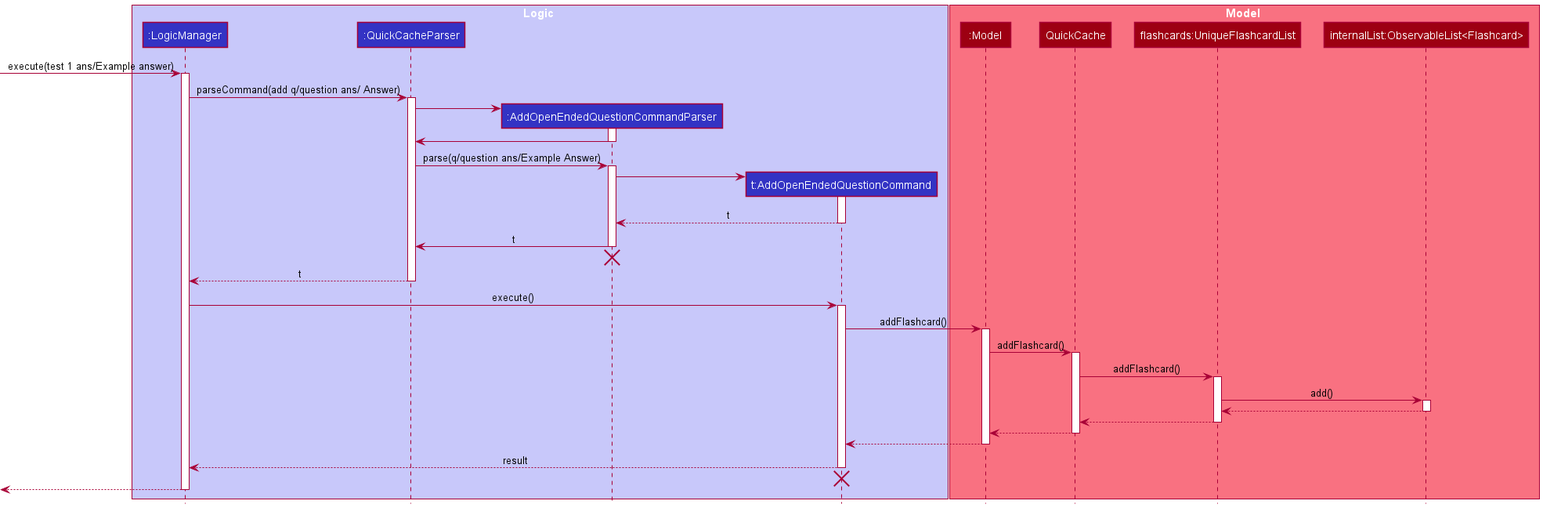
The PlantUML diagram docs/images/AddOpenEndedSequenceDiagram.png in nus-cs2103-AY2021S1/tp, before a commit. Source of this version:
```plantuml
@startuml
!include style.puml

box Logic LOGIC_COLOR_T1
participant ":LogicManager" as LogicManager LOGIC_COLOR
participant ":QuickCacheParser" as QuickCacheParser LOGIC_COLOR
participant ":AddOpenEndedQuestionCommandParser" as AddOpenEndedQuestionCommandParser LOGIC_COLOR
participant "t:AddOpenEndedQuestionCommand" as AddOpenEndedQuestionCommand LOGIC_COLOR
end box

box Model MODEL_COLOR_T1
participant ":Model" as Model MODEL_COLOR
participant "QuickCache" as QuickCache MODEL_COLOR
participant "flashcards:UniqueFlashcardList" as Flashcards MODEL_COLOR
participant "internalList:ObservableList<Flashcard>" as ObservableList MODEL_COLOR
end box
[-> LogicManager : execute(test 1 ans/Example answer)
activate LogicManager

LogicManager -> QuickCacheParser : parseCommand(add q/question ans/ Answer)
activate QuickCacheParser

create AddOpenEndedQuestionCommandParser
QuickCacheParser -> AddOpenEndedQuestionCommandParser
activate AddOpenEndedQuestionCommandParser

AddOpenEndedQuestionCommandParser -> QuickCacheParser
deactivate AddOpenEndedQuestionCommandParser

QuickCacheParser -> AddOpenEndedQuestionCommandParser : parse(q/question ans/Example Answer)
activate AddOpenEndedQuestionCommandParser

create AddOpenEndedQuestionCommand
AddOpenEndedQuestionCommandParser -> AddOpenEndedQuestionCommand
activate AddOpenEndedQuestionCommand

AddOpenEndedQuestionCommand --> AddOpenEndedQuestionCommandParser : t
deactivate AddOpenEndedQuestionCommand

AddOpenEndedQuestionCommandParser -> QuickCacheParser : t
deactivate AddOpenEndedQuestionCommandParser

AddOpenEndedQuestionCommandParser -[hidden]-> QuickCacheParser
destroy AddOpenEndedQuestionCommandParser

QuickCacheParser --> LogicManager : t
deactivate QuickCacheParser

LogicManager -> AddOpenEndedQuestionCommand : execute()
activate AddOpenEndedQuestionCommand

AddOpenEndedQuestionCommand -> Model : addFlashcard()
activate Model

Model -> QuickCache :addFlashcard()
activate QuickCache

QuickCache -> Flashcards :addFlashcard()
activate Flashcards

Flashcards -> ObservableList : add()
activate ObservableList
return

return

return

return

return result

AddOpenEndedQuestionCommand -[hidden]-> LogicManager
destroy AddOpenEndedQuestionCommand

[<--LogicManager
deactivate LogicManager
@enduml
```
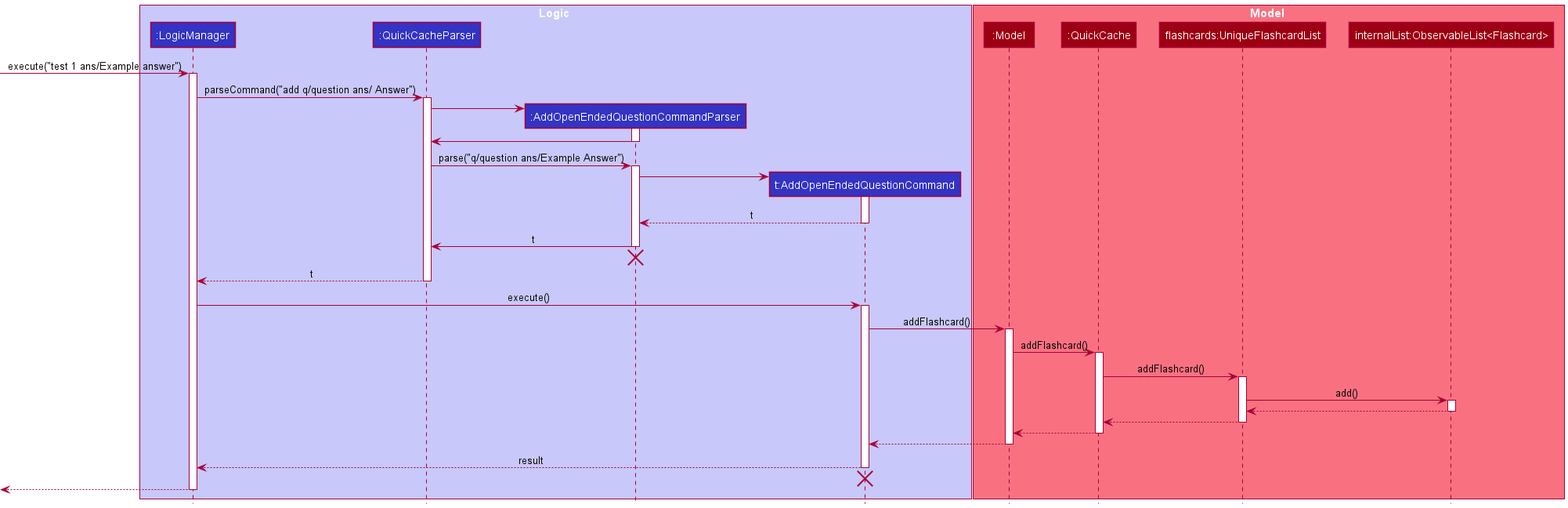
Later version of the same file.

Commit message:
Fixed missing semicolon in diagram

Change to the diagram source:
```diff
@@ -10,14 +10,14 @@
 
 box Model MODEL_COLOR_T1
 participant ":Model" as Model MODEL_COLOR
-participant "QuickCache" as QuickCache MODEL_COLOR
+participant ":QuickCache" as QuickCache MODEL_COLOR
 participant "flashcards:UniqueFlashcardList" as Flashcards MODEL_COLOR
 participant "internalList:ObservableList<Flashcard>" as ObservableList MODEL_COLOR
 end box
-[-> LogicManager : execute(test 1 ans/Example answer)
+[-> LogicManager : execute("test 1 ans/Example answer")
 activate LogicManager
 
-LogicManager -> QuickCacheParser : parseCommand(add q/question ans/ Answer)
+LogicManager -> QuickCacheParser : parseCommand("add q/question ans/ Answer")
 activate QuickCacheParser
 
 create AddOpenEndedQuestionCommandParser
@@ -27,7 +27,7 @@
 AddOpenEndedQuestionCommandParser -> QuickCacheParser
 deactivate AddOpenEndedQuestionCommandParser
 
-QuickCacheParser -> AddOpenEndedQuestionCommandParser : parse(q/question ans/Example Answer)
+QuickCacheParser -> AddOpenEndedQuestionCommandParser : parse("q/question ans/Example Answer")
 activate AddOpenEndedQuestionCommandParser
 
 create AddOpenEndedQuestionCommand
```
